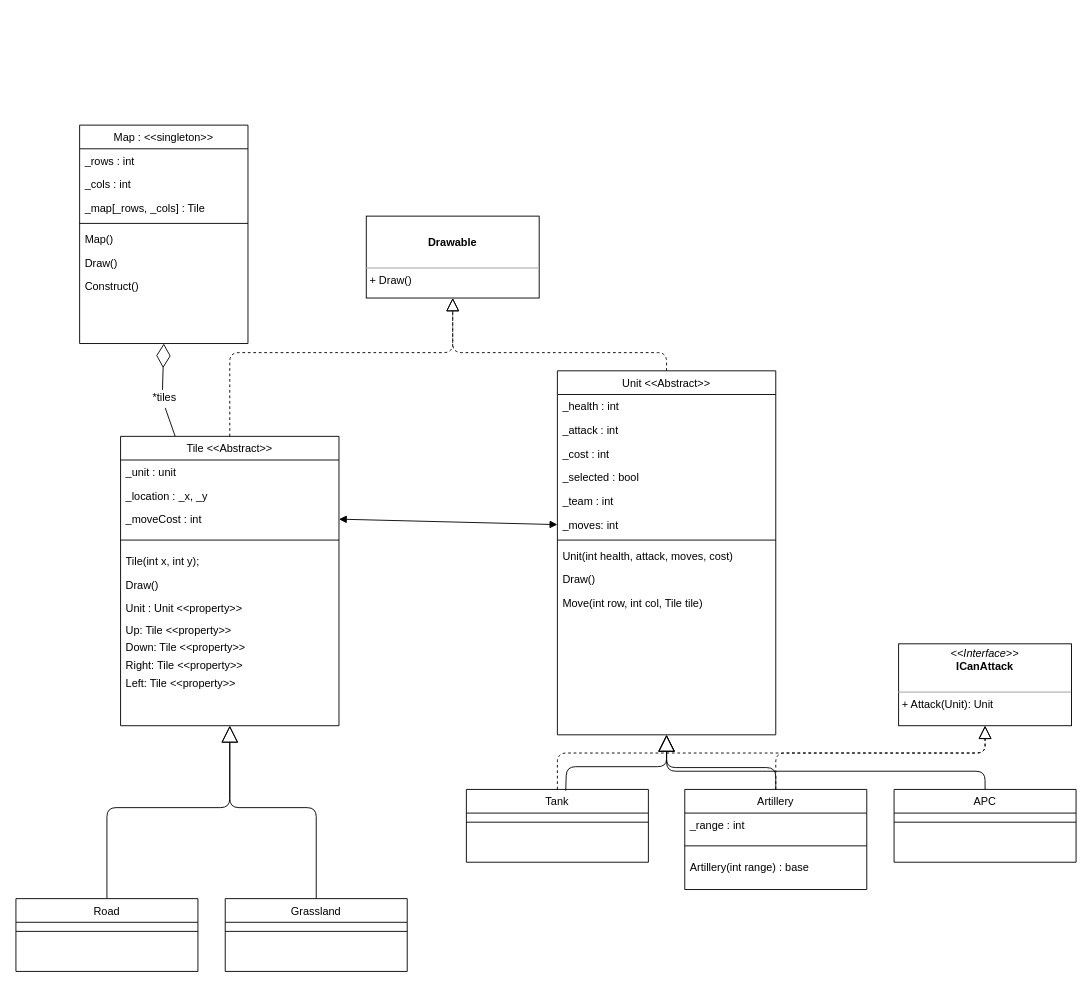
The draw.io diagram CreditTask6.2/AdvanceWarsUML.drawio in Panzer04/COS20007, before the edit. Source tidied: cells renumbered, new cells numbered last; positions are measured from the earlier drawing's top-left corner, leaving out a move shared by most shapes. Both pictures are drawn from the tidied source at 91%, with x=0, y=0 at pixel (15, 125).
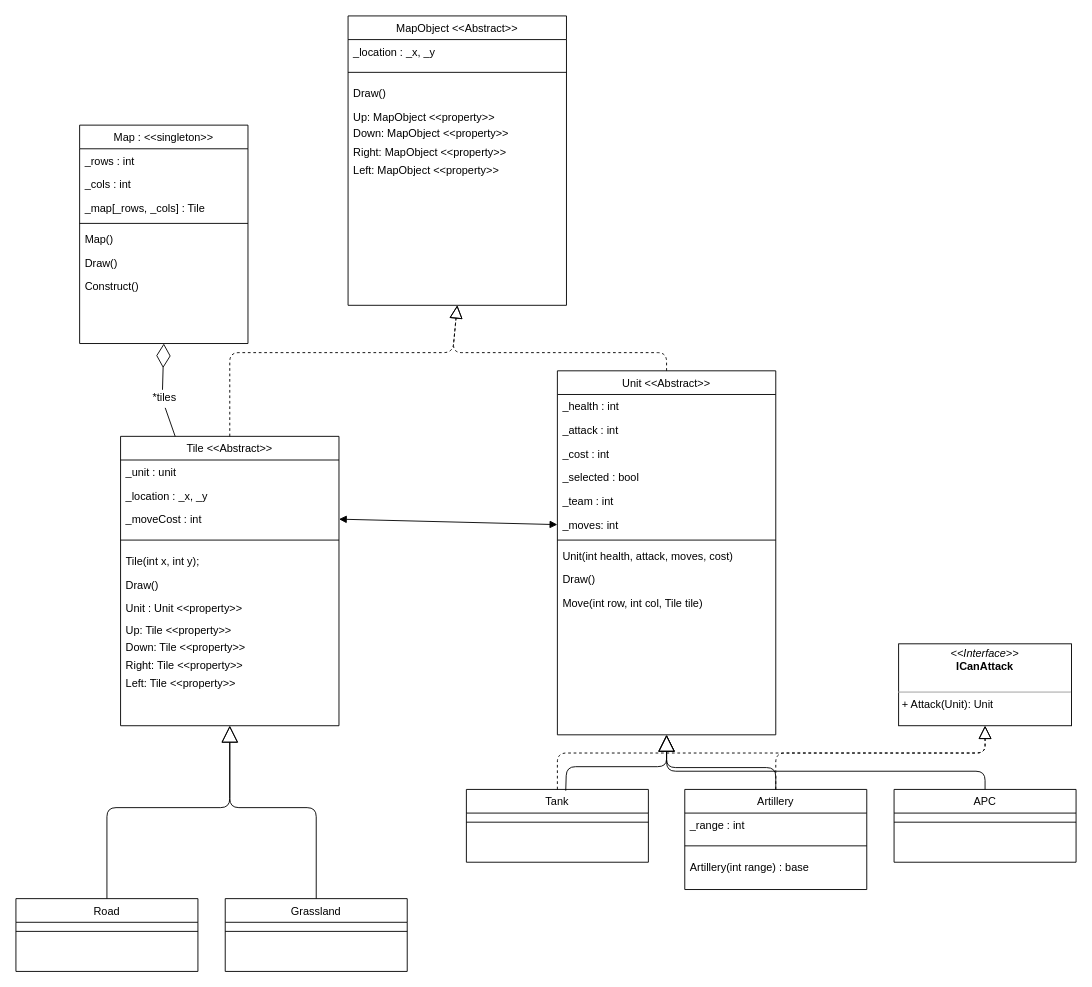
The same diagram, later.

Unchanged cells that the change refers to:
```xml
<mxCell id="10" value="Tile &lt;&lt;Abstract&gt;&gt;" style="swimlane;fontStyle=0;align=center;verticalAlign=top;horizontal=1;startSize=26;rounded=0;shadow=0;strokeWidth=1;" parent="1" vertex="1">
  <mxGeometry x="115" y="342" width="240" height="318" as="geometry" />
</mxCell>
<mxCell id="22" value="Unit &lt;&lt;Abstract&gt;&gt;" style="swimlane;fontStyle=0;align=center;verticalAlign=top;horizontal=1;startSize=26;rounded=0;shadow=0;strokeWidth=1;" parent="1" vertex="1">
  <mxGeometry x="595" y="270" width="240" height="400" as="geometry" />
</mxCell>
```

Change to the diagram source:
```diff
@@
-    <mxCell id="57" value="&lt;p style=&quot;margin: 0px ; margin-top: 4px ; text-align: center&quot;&gt;&lt;br&gt;&lt;/p&gt;&lt;p style=&quot;margin: 0px ; margin-top: 4px ; text-align: center&quot;&gt;&lt;b&gt;Drawable&lt;/b&gt;&lt;/p&gt;&lt;br&gt;&lt;hr size=&quot;1&quot;&gt;&lt;p style=&quot;margin: 0px ; margin-left: 4px&quot;&gt;+ Draw()&lt;/p&gt;" style="verticalAlign=top;align=left;overflow=fill;fontSize=12;fontFamily=Helvetica;html=1;" parent="1" vertex="1">
-      <mxGeometry x="385" y="100" width="190" height="90" as="geometry" />
-    </mxCell>
-    <mxCell id="58" style="endArrow=block;dashed=1;endFill=0;endSize=12;html=1;exitX=0.5;exitY=0;exitDx=0;exitDy=0;entryX=0.5;entryY=1;entryDx=0;entryDy=0;" parent="1" edge="1" source="10" target="57">
+    <mxCell id="58" style="endArrow=block;dashed=1;endFill=0;endSize=12;html=1;exitX=0.5;exitY=0;exitDx=0;exitDy=0;entryX=0.5;entryY=1;entryDx=0;entryDy=0;" parent="1" edge="1" source="10" target="60">
       <mxGeometry relative="1" as="geometry">
         <Array as="points">
           <mxPoint x="235" y="250" />
           <mxPoint x="480" y="250" />
         </Array>
       </mxGeometry>
     </mxCell>
-    <mxCell id="59" style="endArrow=block;dashed=1;endFill=0;endSize=12;html=1;exitX=0.5;exitY=0;exitDx=0;exitDy=0;entryX=0.5;entryY=1;entryDx=0;entryDy=0;" parent="1" edge="1" source="22" target="57">
+    <mxCell id="59" style="endArrow=block;dashed=1;endFill=0;endSize=12;html=1;exitX=0.5;exitY=0;exitDx=0;exitDy=0;entryX=0.5;entryY=1;entryDx=0;entryDy=0;" parent="1" edge="1" source="22" target="60">
       <mxGeometry relative="1" as="geometry">
         <Array as="points">
           <mxPoint x="715" y="250" />
           <mxPoint x="480" y="250" />
         </Array>
       </mxGeometry>
     </mxCell>
+    <mxCell id="60" value="MapObject &lt;&lt;Abstract&gt;&gt;" style="swimlane;fontStyle=0;align=center;verticalAlign=top;horizontal=1;startSize=26;rounded=0;shadow=0;strokeWidth=1;" parent="1" vertex="1">
+      <mxGeometry x="365" y="-120" width="240" height="318" as="geometry" />
+    </mxCell>
+    <mxCell id="61" value="_location : _x, _y" style="text;align=left;verticalAlign=top;spacingLeft=4;spacingRight=4;overflow=hidden;rounded=0;shadow=0;html=0;" parent="60" vertex="1">
+      <mxGeometry y="26" width="240" height="26" as="geometry" />
+    </mxCell>
+    <mxCell id="62" style="line;html=1;strokeWidth=1;align=left;verticalAlign=middle;spacingTop=-1;spacingLeft=3;spacingRight=3;labelPosition=right;" parent="60" vertex="1">
+      <mxGeometry y="52" width="240" height="20" as="geometry" />
+    </mxCell>
+    <mxCell id="63" value="Draw()" style="text;align=left;verticalAlign=top;spacingLeft=4;spacingRight=4;overflow=hidden;rounded=0;shadow=0;html=0;" parent="60" vertex="1">
+      <mxGeometry y="72" width="240" height="26" as="geometry" />
+    </mxCell>
+    <mxCell id="64" value="Up: MapObject &lt;&lt;property&gt;&gt;" style="text;align=left;verticalAlign=top;spacingLeft=4;spacingRight=4;overflow=hidden;rounded=0;shadow=0;html=0;" parent="60" vertex="1">
+      <mxGeometry y="98" width="240" height="18" as="geometry" />
+    </mxCell>
+    <mxCell id="65" value="Down: MapObject &lt;&lt;property&gt;&gt;" style="text;align=left;verticalAlign=top;spacingLeft=4;spacingRight=4;overflow=hidden;rounded=0;shadow=0;html=0;" parent="60" vertex="1">
+      <mxGeometry y="116" width="240" height="20" as="geometry" />
+    </mxCell>
+    <mxCell id="66" value="Right: MapObject &lt;&lt;property&gt;&gt;" style="text;align=left;verticalAlign=top;spacingLeft=4;spacingRight=4;overflow=hidden;rounded=0;shadow=0;html=0;" parent="60" vertex="1">
+      <mxGeometry y="136" width="240" height="20" as="geometry" />
+    </mxCell>
+    <mxCell id="67" value="Left: MapObject &lt;&lt;property&gt;&gt;" style="text;align=left;verticalAlign=top;spacingLeft=4;spacingRight=4;overflow=hidden;rounded=0;shadow=0;html=0;" parent="60" vertex="1">
+      <mxGeometry y="156" width="240" height="20" as="geometry" />
+    </mxCell>
```
